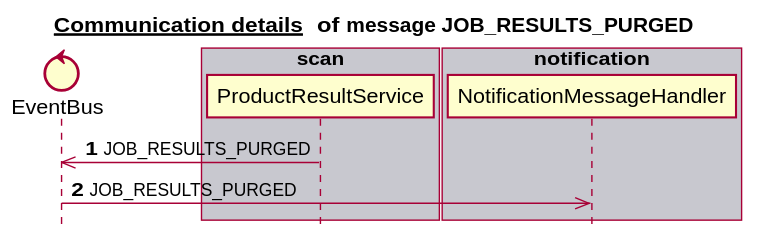
Before: docs/latest/images/gen_domain_messaging_job_results_purged.svg, a diagram exported from PlantUML (mercedes-benz/sechub).
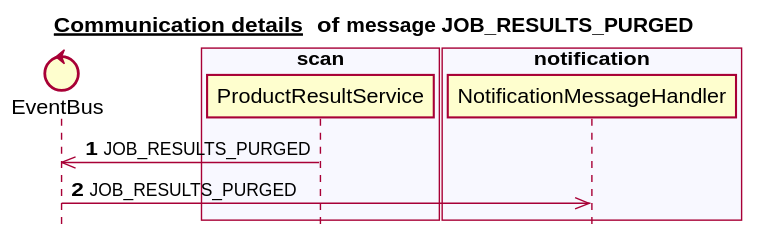
Above is the later version.

Change to the diagram source:
```diff
@@ -6,17 +6,17 @@
 
 
 control EventBus
-box "scan" #C8C8CF
+box "schedule" #C8C8CF
+end box
+box "scan" #F8F8FF
    participant ProductResultService
 end box
-box "schedule" #F8F8FF
+box "administration" #C8C8CF
+end box
+box "notification" #F8F8FF
+   participant NotificationMessageHandler
 end box
 box "authorization" #C8C8CF
-end box
-box "administration" #F8F8FF
-end box
-box "notification" #C8C8CF
-   participant NotificationMessageHandler
 end box
 autonumber 1
 ProductResultService ->> EventBus:JOB_RESULTS_PURGED
```
